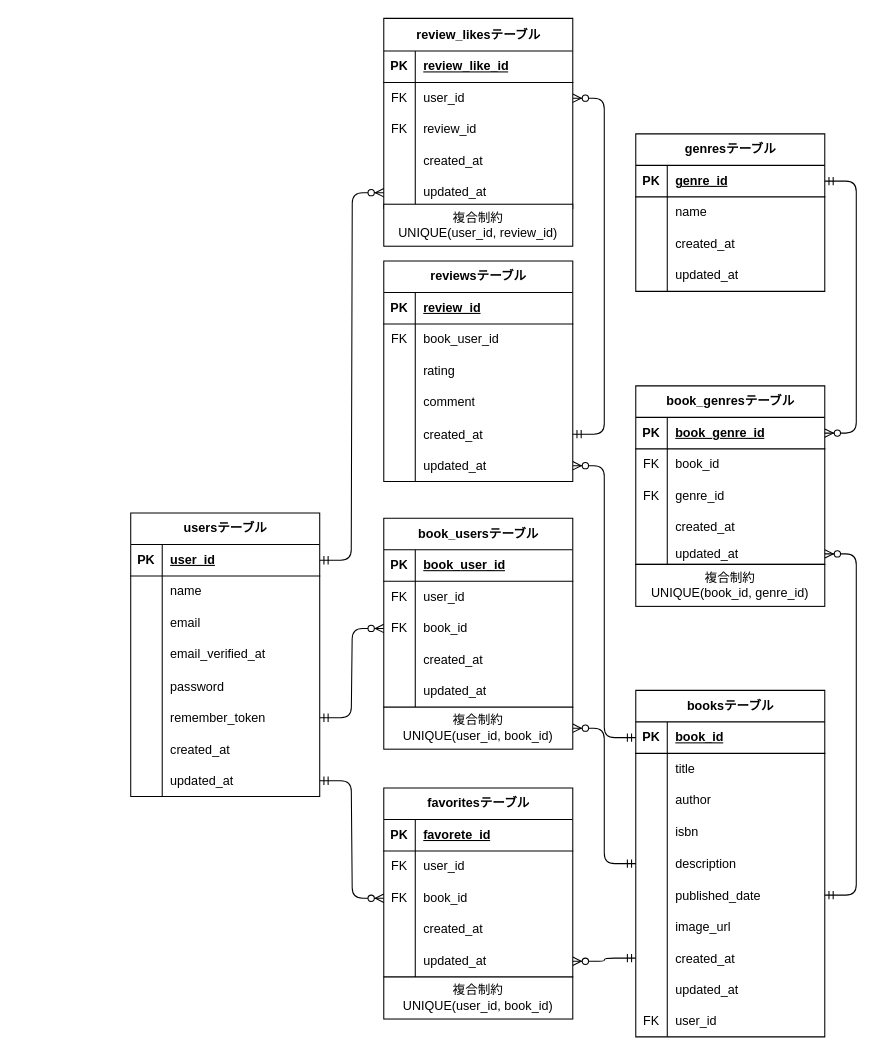
This is ER図.dio from naoaki-png/Bookshelf, a draw.io file, before an edit. Source tidied: cells renumbered, new cells numbered last; positions are measured from the earlier drawing's top-left corner, leaving out a move shared by most shapes. Both pictures are drawn from the tidied source at 105%, with x=0, y=0 at pixel (130, 18).
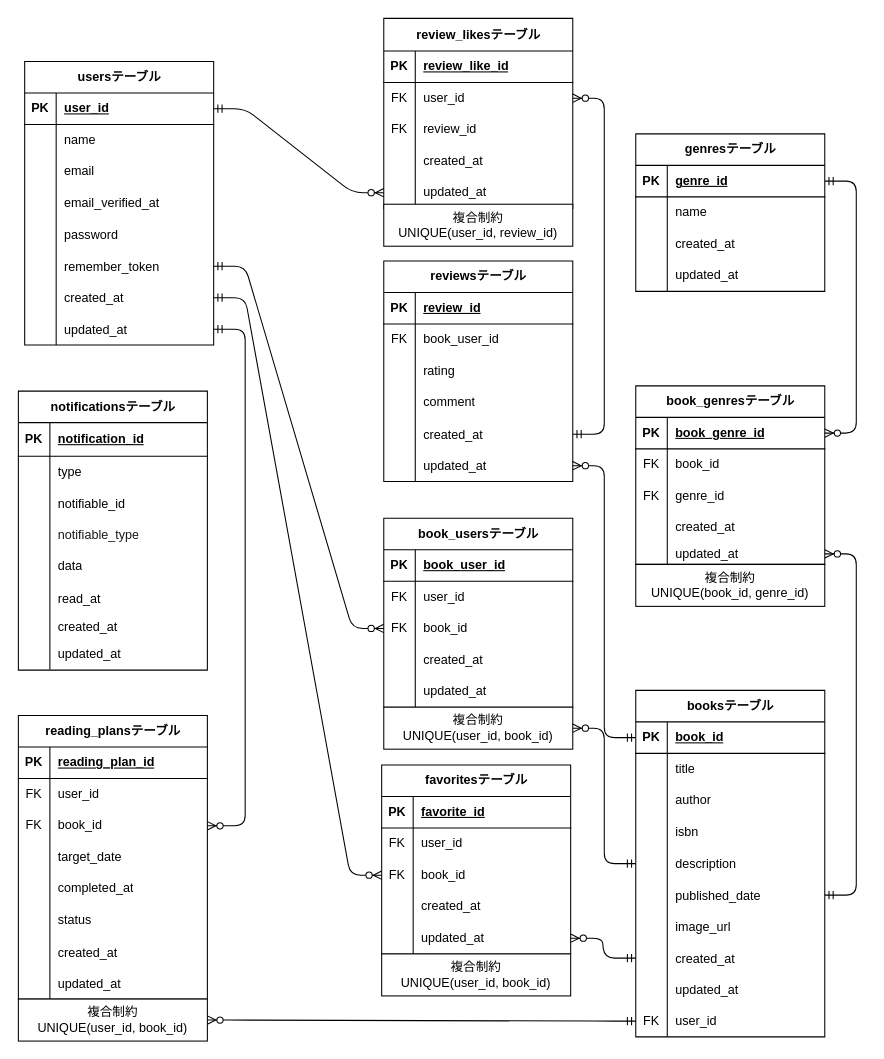
After the change.

Commit message:
docs: ER図を実装スキーマに追随 #59

Unchanged cells that the change refers to:
```xml
<mxCell id="21" style="shape=tableRow;horizontal=0;startSize=0;swimlaneHead=0;swimlaneBody=0;fillColor=none;points=[[0,0.5],[1,0.5]];portConstraint=eastwest;top=0;left=0;right=0;bottom=0;" parent="2" vertex="1">
  <mxGeometry y="210" width="180" height="30" as="geometry" />
</mxCell>
<mxCell id="24" style="shape=tableRow;horizontal=0;startSize=0;swimlaneHead=0;swimlaneBody=0;fillColor=none;points=[[0,0.5],[1,0.5]];portConstraint=eastwest;top=0;left=0;right=0;bottom=0;" parent="2" vertex="1">
  <mxGeometry y="240" width="180" height="30" as="geometry" />
</mxCell>
<mxCell id="142" style="shape=tableRow;horizontal=0;startSize=0;swimlaneHead=0;swimlaneBody=0;fillColor=none;points=[[0,0.5],[1,0.5]];portConstraint=eastwest;top=0;left=0;right=0;bottom=0;" parent="114" vertex="1">
  <mxGeometry y="300" width="180" height="30" as="geometry" />
</mxCell>
<mxCell id="149" style="shape=tableRow;horizontal=0;startSize=0;swimlaneHead=0;swimlaneBody=0;fillColor=none;top=0;left=0;right=0;bottom=1;" parent="148" vertex="1">
  <mxGeometry y="30" width="180" height="30" as="geometry" />
</mxCell>
<mxCell id="155" style="shape=tableRow;horizontal=0;startSize=0;swimlaneHead=0;swimlaneBody=0;fillColor=none;points=[[0,0.5],[1,0.5]];portConstraint=eastwest;top=0;left=0;right=0;bottom=0;" parent="148" vertex="1">
  <mxGeometry y="90" width="180" height="30" as="geometry" />
</mxCell>
```

The edit, as a diff of the source:
```diff
@@
     <mxCell id="2" value="usersテーブル" style="shape=table;startSize=30;childLayout=tableLayout;rowLines=0;fontStyle=1;align=center;html=1;" parent="1" vertex="1">
-      <mxGeometry y="471" width="180" height="270" as="geometry" />
+      <mxGeometry x="-101" y="41" width="180" height="270" as="geometry" />
     </mxCell>
@@
     <mxCell id="148" value="favoritesテーブル" style="shape=table;startSize=30;childLayout=tableLayout;rowLines=0;fontStyle=1;align=center;html=1;" parent="1" vertex="1">
-      <mxGeometry x="241" y="733" width="180" height="180" as="geometry" />
+      <mxGeometry x="239" y="711" width="180" height="180" as="geometry" />
     </mxCell>
@@
-    <mxCell id="151" value="favorete_id" style="shape=partialRectangle;fillColor=none;top=0;left=0;bottom=0;right=0;align=left;spacingLeft=6;fontStyle=5;overflow=hidden;whiteSpace=wrap;html=1;" parent="149" vertex="1">
+    <mxCell id="151" value="favorite_id" style="shape=partialRectangle;fillColor=none;top=0;left=0;bottom=0;right=0;align=left;spacingLeft=6;fontStyle=5;overflow=hidden;whiteSpace=wrap;html=1;" parent="149" vertex="1">
       <mxGeometry x="30" width="150" height="30" as="geometry" />
     </mxCell>
@@
     <mxCell id="164" value="複合制約&lt;div&gt;UNIQUE(user_id, book_id)&lt;/div&gt;" style="whiteSpace=wrap;html=1;align=center;direction=west;" parent="1" vertex="1">
-      <mxGeometry x="241" y="913" width="180" height="40" as="geometry" />
+      <mxGeometry x="239" y="891" width="180" height="40" as="geometry" />
     </mxCell>
@@
-    <mxCell id="166" style="edgeStyle=entityRelationEdgeStyle;fontSize=12;html=1;endArrow=ERzeroToMany;startArrow=ERmandOne;" parent="1" edge="1" source="24" target="155">
+    <mxCell id="166" style="edgeStyle=entityRelationEdgeStyle;fontSize=12;html=1;endArrow=ERzeroToMany;startArrow=ERmandOne;" parent="1" edge="1" source="21" target="155">
       <mxGeometry relative="1" as="geometry">
         <Array as="points">
           <mxPoint x="641" y="485" />
           <mxPoint x="361" y="405" />
         </Array>
       </mxGeometry>
     </mxCell>
+    <mxCell id="167" value="notificationsテーブル" style="shape=table;startSize=30;childLayout=tableLayout;rowLines=0;fontStyle=1;align=center;html=1;" parent="1" vertex="1">
+      <mxGeometry x="-107" y="355" width="180" height="265.7" as="geometry" />
+    </mxCell>
+    <mxCell id="168" style="shape=tableRow;horizontal=0;startSize=0;swimlaneHead=0;swimlaneBody=0;fillColor=none;top=0;left=0;right=0;bottom=1;" parent="167" vertex="1">
+      <mxGeometry y="30" width="180" height="32" as="geometry" />
+    </mxCell>
+    <mxCell id="169" value="PK" style="shape=partialRectangle;fillColor=none;top=0;left=0;bottom=0;right=0;fontStyle=1;overflow=hidden;whiteSpace=wrap;html=1;" parent="168" vertex="1">
+      <mxGeometry width="30" height="32" as="geometry" />
+    </mxCell>
+    <mxCell id="170" value="notification_id" style="shape=partialRectangle;fillColor=none;top=0;left=0;bottom=0;right=0;align=left;spacingLeft=6;fontStyle=5;overflow=hidden;whiteSpace=wrap;html=1;" parent="168" vertex="1">
+      <mxGeometry x="30" width="150" height="32" as="geometry" />
+    </mxCell>
+    <mxCell id="171" style="shape=tableRow;horizontal=0;startSize=0;swimlaneHead=0;swimlaneBody=0;fillColor=none;top=0;left=0;right=0;bottom=0;" parent="167" vertex="1">
+      <mxGeometry y="62" width="180" height="30" as="geometry" />
+    </mxCell>
+    <mxCell id="172" style="shape=partialRectangle;fillColor=none;top=0;left=0;bottom=0;right=0;overflow=hidden;whiteSpace=wrap;html=1;" parent="171" vertex="1">
+      <mxGeometry width="30" height="30" as="geometry" />
+    </mxCell>
+    <mxCell id="173" value="type" style="shape=partialRectangle;fillColor=none;top=0;left=0;bottom=0;right=0;align=left;spacingLeft=6;overflow=hidden;whiteSpace=wrap;html=1;" parent="171" vertex="1">
+      <mxGeometry x="30" width="150" height="30" as="geometry" />
+    </mxCell>
+    <mxCell id="174" style="shape=tableRow;horizontal=0;startSize=0;swimlaneHead=0;swimlaneBody=0;fillColor=none;top=0;left=0;right=0;bottom=0;" parent="167" vertex="1">
+      <mxGeometry y="92" width="180" height="30" as="geometry" />
+    </mxCell>
+    <mxCell id="175" style="shape=partialRectangle;fillColor=none;top=0;left=0;bottom=0;right=0;overflow=hidden;" parent="174" vertex="1">
+      <mxGeometry width="30" height="30" as="geometry" />
+    </mxCell>
+    <mxCell id="176" value="notifiable_id" style="shape=partialRectangle;fillColor=none;top=0;left=0;bottom=0;right=0;align=left;spacingLeft=6;overflow=hidden;" parent="174" vertex="1">
+      <mxGeometry x="30" width="150" height="30" as="geometry" />
+    </mxCell>
+    <mxCell id="177" style="shape=tableRow;horizontal=0;startSize=0;swimlaneHead=0;swimlaneBody=0;fillColor=none;top=0;left=0;right=0;bottom=0;" parent="167" vertex="1">
+      <mxGeometry y="122" width="180" height="30" as="geometry" />
+    </mxCell>
+    <mxCell id="178" style="shape=partialRectangle;fillColor=none;top=0;left=0;bottom=0;right=0;overflow=hidden;whiteSpace=wrap;html=1;" parent="177" vertex="1">
+      <mxGeometry width="30" height="30" as="geometry" />
+    </mxCell>
+    <mxCell id="179" value="&lt;span style=&quot;color: rgb(26, 26, 26); letter-spacing: 0.00312487px; white-space: pre-wrap; background-color: rgb(255, 255, 255);&quot;&gt;&lt;font face=&quot;Helvetica&quot;&gt;notifiable_type&lt;/font&gt;&lt;/span&gt;" style="shape=partialRectangle;fillColor=none;top=0;left=0;bottom=0;right=0;align=left;spacingLeft=6;overflow=hidden;whiteSpace=wrap;html=1;" parent="177" vertex="1">
+      <mxGeometry x="30" width="150" height="30" as="geometry" />
+    </mxCell>
+    <mxCell id="180" style="shape=tableRow;horizontal=0;startSize=0;swimlaneHead=0;swimlaneBody=0;fillColor=none;top=0;left=0;right=0;bottom=0;" parent="167" vertex="1">
+      <mxGeometry y="152" width="180" height="30" as="geometry" />
+    </mxCell>
+    <mxCell id="181" style="shape=partialRectangle;fillColor=none;top=0;left=0;bottom=0;right=0;overflow=hidden;whiteSpace=wrap;html=1;" parent="180" vertex="1">
+      <mxGeometry width="30" height="30" as="geometry" />
+    </mxCell>
+    <mxCell id="182" value="data" style="shape=partialRectangle;fillColor=none;top=0;left=0;bottom=0;right=0;align=left;spacingLeft=6;overflow=hidden;whiteSpace=wrap;html=1;" parent="180" vertex="1">
+      <mxGeometry x="30" width="150" height="30" as="geometry" />
+    </mxCell>
+    <mxCell id="183" style="shape=tableRow;horizontal=0;startSize=0;swimlaneHead=0;swimlaneBody=0;fillColor=none;top=0;left=0;right=0;bottom=0;" parent="167" vertex="1">
+      <mxGeometry y="182" width="180" height="30" as="geometry" />
+    </mxCell>
+    <mxCell id="184" style="shape=partialRectangle;fillColor=none;top=0;left=0;bottom=0;right=0;overflow=hidden;" parent="183" vertex="1">
+      <mxGeometry width="30" height="30" as="geometry" />
+    </mxCell>
+    <mxCell id="185" value="read_at" style="shape=partialRectangle;fillColor=none;top=0;left=0;bottom=0;right=0;align=left;spacingLeft=6;overflow=hidden;" parent="183" vertex="1">
+      <mxGeometry x="30" width="150" height="30" as="geometry" />
+    </mxCell>
+    <mxCell id="186" style="shape=tableRow;horizontal=0;startSize=0;swimlaneHead=0;swimlaneBody=0;fillColor=none;top=0;left=0;right=0;bottom=0;" parent="167" vertex="1">
+      <mxGeometry y="212" width="180" height="23" as="geometry" />
+    </mxCell>
+    <mxCell id="187" style="shape=partialRectangle;fillColor=none;top=0;left=0;bottom=0;right=0;overflow=hidden;" parent="186" vertex="1">
+      <mxGeometry width="30" height="23" as="geometry" />
+    </mxCell>
+    <mxCell id="188" value="created_at" style="shape=partialRectangle;fillColor=none;top=0;left=0;bottom=0;right=0;align=left;spacingLeft=6;overflow=hidden;" parent="186" vertex="1">
+      <mxGeometry x="30" width="150" height="23" as="geometry" />
+    </mxCell>
+    <mxCell id="189" style="shape=tableRow;horizontal=0;startSize=0;swimlaneHead=0;swimlaneBody=0;fillColor=none;top=0;left=0;right=0;bottom=0;" parent="167" vertex="1">
+      <mxGeometry y="235" width="180" height="30" as="geometry" />
+    </mxCell>
+    <mxCell id="190" style="shape=partialRectangle;fillColor=none;top=0;left=0;bottom=0;right=0;overflow=hidden;" parent="189" vertex="1">
+      <mxGeometry width="30" height="30" as="geometry" />
+    </mxCell>
+    <mxCell id="191" value="updated_at" style="shape=partialRectangle;fillColor=none;top=0;left=0;bottom=0;right=0;align=left;spacingLeft=6;overflow=hidden;" parent="189" vertex="1">
+      <mxGeometry x="30" width="150" height="30" as="geometry" />
+    </mxCell>
+    <mxCell id="192" value="reading_plansテーブル" style="shape=table;startSize=30;childLayout=tableLayout;rowLines=0;fontStyle=1;align=center;html=1;" parent="1" vertex="1">
+      <mxGeometry x="-107" y="664" width="180" height="270" as="geometry" />
+    </mxCell>
+    <mxCell id="193" style="shape=tableRow;horizontal=0;startSize=0;swimlaneHead=0;swimlaneBody=0;fillColor=none;top=0;left=0;right=0;bottom=1;" parent="192" vertex="1">
+      <mxGeometry y="30" width="180" height="30" as="geometry" />
+    </mxCell>
+    <mxCell id="194" value="PK" style="shape=partialRectangle;fillColor=none;top=0;left=0;bottom=0;right=0;fontStyle=1;overflow=hidden;whiteSpace=wrap;html=1;" parent="193" vertex="1">
+      <mxGeometry width="30" height="30" as="geometry" />
+    </mxCell>
+    <mxCell id="195" value="reading_plan_id" style="shape=partialRectangle;fillColor=none;top=0;left=0;bottom=0;right=0;align=left;spacingLeft=6;fontStyle=5;overflow=hidden;whiteSpace=wrap;html=1;" parent="193" vertex="1">
+      <mxGeometry x="30" width="150" height="30" as="geometry" />
+    </mxCell>
+    <mxCell id="196" style="shape=tableRow;horizontal=0;startSize=0;swimlaneHead=0;swimlaneBody=0;fillColor=none;top=0;left=0;right=0;bottom=0;" parent="192" vertex="1">
+      <mxGeometry y="60" width="180" height="30" as="geometry" />
+    </mxCell>
+    <mxCell id="197" value="FK" style="shape=partialRectangle;fillColor=none;top=0;left=0;bottom=0;right=0;fontStyle=0;overflow=hidden;whiteSpace=wrap;html=1;" parent="196" vertex="1">
+      <mxGeometry width="30" height="30" as="geometry" />
+    </mxCell>
+    <mxCell id="198" value="&lt;span style=&quot;color: rgb(0, 0, 0);&quot;&gt;user_id&lt;/span&gt;" style="shape=partialRectangle;fillColor=none;top=0;left=0;bottom=0;right=0;align=left;spacingLeft=6;fontStyle=0;overflow=hidden;whiteSpace=wrap;html=1;" parent="196" vertex="1">
+      <mxGeometry x="30" width="150" height="30" as="geometry" />
+    </mxCell>
+    <mxCell id="199" style="shape=tableRow;horizontal=0;startSize=0;swimlaneHead=0;swimlaneBody=0;fillColor=none;points=[[0,0.5],[1,0.5]];portConstraint=eastwest;top=0;left=0;right=0;bottom=0;" parent="192" vertex="1">
+      <mxGeometry y="90" width="180" height="30" as="geometry" />
+    </mxCell>
+    <mxCell id="200" value="FK" style="shape=partialRectangle;fillColor=none;top=0;left=0;bottom=0;right=0;fontStyle=0;overflow=hidden;whiteSpace=wrap;html=1;" parent="199" vertex="1">
+      <mxGeometry width="30" height="30" as="geometry" />
+    </mxCell>
+    <mxCell id="201" value="&lt;span style=&quot;color: rgb(0, 0, 0);&quot;&gt;book_id&lt;/span&gt;" style="shape=partialRectangle;fillColor=none;top=0;left=0;bottom=0;right=0;align=left;spacingLeft=6;fontStyle=0;overflow=hidden;whiteSpace=wrap;html=1;" parent="199" vertex="1">
+      <mxGeometry x="30" width="150" height="30" as="geometry" />
+    </mxCell>
+    <mxCell id="202" style="shape=tableRow;horizontal=0;startSize=0;swimlaneHead=0;swimlaneBody=0;fillColor=none;top=0;left=0;right=0;bottom=0;" parent="192" vertex="1">
+      <mxGeometry y="120" width="180" height="30" as="geometry" />
+    </mxCell>
+    <mxCell id="203" style="shape=partialRectangle;fillColor=none;top=0;left=0;bottom=0;right=0;overflow=hidden;whiteSpace=wrap;html=1;" parent="202" vertex="1">
+      <mxGeometry width="30" height="30" as="geometry" />
+    </mxCell>
+    <mxCell id="204" value="target_date" style="shape=partialRectangle;fillColor=none;top=0;left=0;bottom=0;right=0;align=left;spacingLeft=6;overflow=hidden;whiteSpace=wrap;html=1;" parent="202" vertex="1">
+      <mxGeometry x="30" width="150" height="30" as="geometry" />
+    </mxCell>
+    <mxCell id="205" style="shape=tableRow;horizontal=0;startSize=0;swimlaneHead=0;swimlaneBody=0;fillColor=none;top=0;left=0;right=0;bottom=0;" parent="192" vertex="1">
+      <mxGeometry y="150" width="180" height="30" as="geometry" />
+    </mxCell>
+    <mxCell id="206" style="shape=partialRectangle;fillColor=none;top=0;left=0;bottom=0;right=0;overflow=hidden;whiteSpace=wrap;html=1;" parent="205" vertex="1">
+      <mxGeometry width="30" height="30" as="geometry" />
+    </mxCell>
+    <mxCell id="207" value="completed_at" style="shape=partialRectangle;fillColor=none;top=0;left=0;bottom=0;right=0;align=left;spacingLeft=6;overflow=hidden;whiteSpace=wrap;html=1;" parent="205" vertex="1">
+      <mxGeometry x="30" width="150" height="30" as="geometry" />
+    </mxCell>
+    <mxCell id="208" style="shape=tableRow;horizontal=0;startSize=0;swimlaneHead=0;swimlaneBody=0;fillColor=none;top=0;left=0;right=0;bottom=0;" parent="192" vertex="1">
+      <mxGeometry y="180" width="180" height="30" as="geometry" />
+    </mxCell>
+    <mxCell id="209" style="shape=partialRectangle;fillColor=none;top=0;left=0;bottom=0;right=0;overflow=hidden;whiteSpace=wrap;html=1;" parent="208" vertex="1">
+      <mxGeometry width="30" height="30" as="geometry" />
+    </mxCell>
+    <mxCell id="210" value="status" style="shape=partialRectangle;fillColor=none;top=0;left=0;bottom=0;right=0;align=left;spacingLeft=6;overflow=hidden;whiteSpace=wrap;html=1;" parent="208" vertex="1">
+      <mxGeometry x="30" width="150" height="30" as="geometry" />
+    </mxCell>
+    <mxCell id="211" style="shape=tableRow;horizontal=0;startSize=0;swimlaneHead=0;swimlaneBody=0;fillColor=none;top=0;left=0;right=0;bottom=0;" parent="192" vertex="1">
+      <mxGeometry y="210" width="180" height="30" as="geometry" />
+    </mxCell>
+    <mxCell id="212" style="shape=partialRectangle;fillColor=none;top=0;left=0;bottom=0;right=0;overflow=hidden;" parent="211" vertex="1">
+      <mxGeometry width="30" height="30" as="geometry" />
+    </mxCell>
+    <mxCell id="213" value="created_at" style="shape=partialRectangle;fillColor=none;top=0;left=0;bottom=0;right=0;align=left;spacingLeft=6;overflow=hidden;" parent="211" vertex="1">
+      <mxGeometry x="30" width="150" height="30" as="geometry" />
+    </mxCell>
+    <mxCell id="214" style="shape=tableRow;horizontal=0;startSize=0;swimlaneHead=0;swimlaneBody=0;fillColor=none;top=0;left=0;right=0;bottom=0;" parent="192" vertex="1">
+      <mxGeometry y="240" width="180" height="30" as="geometry" />
+    </mxCell>
+    <mxCell id="215" style="shape=partialRectangle;fillColor=none;top=0;left=0;bottom=0;right=0;overflow=hidden;" parent="214" vertex="1">
+      <mxGeometry width="30" height="30" as="geometry" />
+    </mxCell>
+    <mxCell id="216" value="updated_at" style="shape=partialRectangle;fillColor=none;top=0;left=0;bottom=0;right=0;align=left;spacingLeft=6;overflow=hidden;" parent="214" vertex="1">
+      <mxGeometry x="30" width="150" height="30" as="geometry" />
+    </mxCell>
+    <mxCell id="217" value="複合制約&lt;div&gt;UNIQUE(user_id, book_id)&lt;/div&gt;" style="whiteSpace=wrap;html=1;align=center;direction=west;" parent="1" vertex="1">
+      <mxGeometry x="-107" y="934" width="180" height="40" as="geometry" />
+    </mxCell>
+    <mxCell id="218" style="edgeStyle=entityRelationEdgeStyle;fontSize=12;html=1;endArrow=ERzeroToMany;startArrow=ERmandOne;" parent="1" edge="1" source="24" target="199">
+      <mxGeometry relative="1" as="geometry" />
+    </mxCell>
+    <mxCell id="219" style="edgeStyle=entityRelationEdgeStyle;fontSize=12;html=1;endArrow=ERzeroToMany;startArrow=ERmandOne;" parent="1" edge="1" source="142" target="217">
+      <mxGeometry relative="1" as="geometry">
+        <Array as="points">
+          <mxPoint x="332" y="1360" />
+        </Array>
+      </mxGeometry>
+    </mxCell>
```
